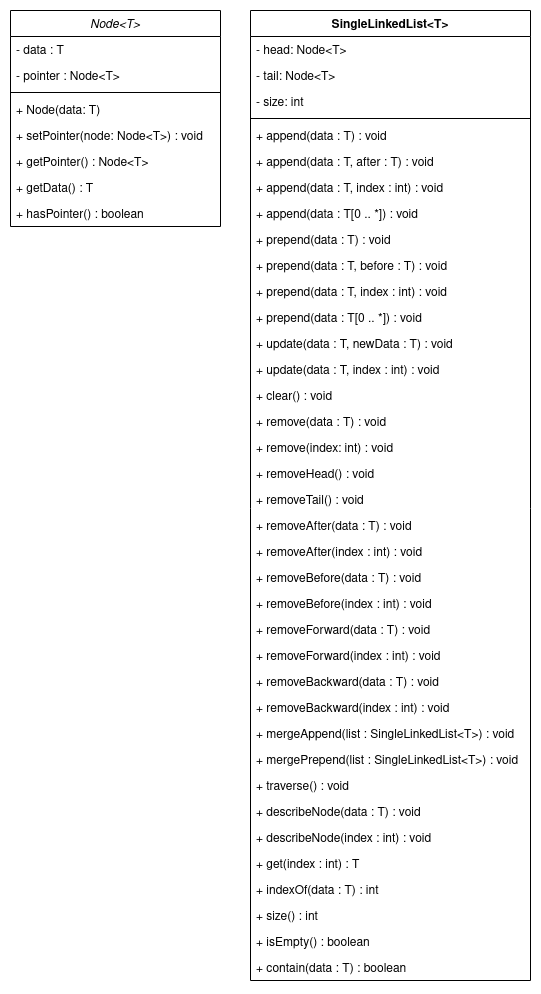
Above: assignment-01/assets/SingleLinkedList.png in stdcs/data-structurce-classroom-2020 (draw.io), before the change. Source tidied: cells renumbered, new cells last; positions are measured from the earlier drawing's top-left corner, leaving out a move shared by most shapes. The source it was exported from:
```xml
<mxGraphModel>
  <root>
    <mxCell id="0" />
    <mxCell id="1" parent="0" />
    <mxCell id="2" value="Node&lt;T&gt;" style="swimlane;fontStyle=2;align=center;verticalAlign=top;horizontal=1;startSize=26;rounded=0;shadow=0;strokeWidth=1;" parent="1" vertex="1">
      <mxGeometry width="210" height="216" as="geometry" />
    </mxCell>
    <mxCell id="3" value="- data : T" style="text;align=left;verticalAlign=top;spacingLeft=4;spacingRight=4;overflow=hidden;" parent="2" vertex="1">
      <mxGeometry y="26" width="210" height="26" as="geometry" />
    </mxCell>
    <mxCell id="4" value="- pointer : Node&lt;T&gt;" style="text;align=left;verticalAlign=top;spacingLeft=4;spacingRight=4;overflow=hidden;rounded=0;shadow=0;html=0;" parent="2" vertex="1">
      <mxGeometry y="52" width="210" height="26" as="geometry" />
    </mxCell>
    <mxCell id="5" style="line;html=1;strokeWidth=1;align=left;verticalAlign=middle;spacingTop=-1;spacingLeft=3;spacingRight=3;labelPosition=right;" parent="2" vertex="1">
      <mxGeometry y="78" width="210" height="8" as="geometry" />
    </mxCell>
    <mxCell id="6" value="+ Node(data: T)" style="text;align=left;verticalAlign=top;spacingLeft=4;spacingRight=4;overflow=hidden;" parent="2" vertex="1">
      <mxGeometry y="86" width="210" height="26" as="geometry" />
    </mxCell>
    <mxCell id="7" value="+ setPointer(node: Node&lt;T&gt;) : void" style="text;align=left;verticalAlign=top;spacingLeft=4;spacingRight=4;overflow=hidden;" parent="2" vertex="1">
      <mxGeometry y="112" width="210" height="26" as="geometry" />
    </mxCell>
    <mxCell id="8" value="+ getPointer() : Node&lt;T&gt;" style="text;align=left;verticalAlign=top;spacingLeft=4;spacingRight=4;overflow=hidden;" parent="2" vertex="1">
      <mxGeometry y="138" width="210" height="26" as="geometry" />
    </mxCell>
    <mxCell id="9" value="+ getData() : T" style="text;align=left;verticalAlign=top;spacingLeft=4;spacingRight=4;overflow=hidden;" parent="2" vertex="1">
      <mxGeometry y="164" width="210" height="26" as="geometry" />
    </mxCell>
    <mxCell id="10" value="+ hasPointer() : boolean" style="text;align=left;verticalAlign=top;spacingLeft=4;spacingRight=4;overflow=hidden;" parent="2" vertex="1">
      <mxGeometry y="190" width="210" height="26" as="geometry" />
    </mxCell>
    <mxCell id="11" value="SingleLinkedList&lt;T&gt;" style="swimlane;fontStyle=1;align=center;verticalAlign=top;horizontal=1;startSize=26;" parent="1" vertex="1">
      <mxGeometry x="240" width="280" height="970" as="geometry" />
    </mxCell>
    <mxCell id="12" value="- head: Node&lt;T&gt;" style="text;strokeColor=none;fillColor=none;align=left;verticalAlign=top;spacingLeft=4;spacingRight=4;overflow=hidden;" parent="11" vertex="1">
      <mxGeometry y="26" width="280" height="26" as="geometry" />
    </mxCell>
    <mxCell id="13" value="- tail: Node&lt;T&gt;" style="text;strokeColor=none;fillColor=none;align=left;verticalAlign=top;spacingLeft=4;spacingRight=4;overflow=hidden;" parent="11" vertex="1">
      <mxGeometry y="52" width="280" height="26" as="geometry" />
    </mxCell>
    <mxCell id="14" value="- size: int" style="text;strokeColor=none;fillColor=none;align=left;verticalAlign=top;spacingLeft=4;spacingRight=4;overflow=hidden;" parent="11" vertex="1">
      <mxGeometry y="78" width="280" height="26" as="geometry" />
    </mxCell>
    <mxCell id="15" style="line;strokeWidth=1;fillColor=none;align=left;verticalAlign=middle;spacingTop=-1;spacingLeft=3;spacingRight=3;labelPosition=right;" parent="11" vertex="1">
      <mxGeometry y="104" width="280" height="8" as="geometry" />
    </mxCell>
    <mxCell id="16" value="+ append(data : T) : void" style="text;strokeColor=none;fillColor=none;align=left;verticalAlign=top;spacingLeft=4;spacingRight=4;overflow=hidden;" parent="11" vertex="1">
      <mxGeometry y="112" width="280" height="26" as="geometry" />
    </mxCell>
    <mxCell id="17" value="+ append(data : T, after : T) : void" style="text;strokeColor=none;fillColor=none;align=left;verticalAlign=top;spacingLeft=4;spacingRight=4;overflow=hidden;" parent="11" vertex="1">
      <mxGeometry y="138" width="280" height="26" as="geometry" />
    </mxCell>
    <mxCell id="18" value="+ append(data : T, index : int) : void" style="text;strokeColor=none;fillColor=none;align=left;verticalAlign=top;spacingLeft=4;spacingRight=4;overflow=hidden;" parent="11" vertex="1">
      <mxGeometry y="164" width="280" height="26" as="geometry" />
    </mxCell>
    <mxCell id="19" value="+ append(data : T[0 .. *]) : void" style="text;strokeColor=none;fillColor=none;align=left;verticalAlign=top;spacingLeft=4;spacingRight=4;overflow=hidden;" parent="11" vertex="1">
      <mxGeometry y="190" width="280" height="26" as="geometry" />
    </mxCell>
    <mxCell id="20" value="+ prepend(data : T) : void" style="text;strokeColor=none;fillColor=none;align=left;verticalAlign=top;spacingLeft=4;spacingRight=4;overflow=hidden;" parent="11" vertex="1">
      <mxGeometry y="216" width="280" height="26" as="geometry" />
    </mxCell>
    <mxCell id="21" value="+ prepend(data : T, before : T) : void" style="text;strokeColor=none;fillColor=none;align=left;verticalAlign=top;spacingLeft=4;spacingRight=4;overflow=hidden;" parent="11" vertex="1">
      <mxGeometry y="242" width="280" height="26" as="geometry" />
    </mxCell>
    <mxCell id="22" value="+ prepend(data : T, index : int) : void" style="text;strokeColor=none;fillColor=none;align=left;verticalAlign=top;spacingLeft=4;spacingRight=4;overflow=hidden;" parent="11" vertex="1">
      <mxGeometry y="268" width="280" height="26" as="geometry" />
    </mxCell>
    <mxCell id="23" value="+ prepend(data : T[0 .. *]) : void" style="text;strokeColor=none;fillColor=none;align=left;verticalAlign=top;spacingLeft=4;spacingRight=4;overflow=hidden;" parent="11" vertex="1">
      <mxGeometry y="294" width="280" height="26" as="geometry" />
    </mxCell>
    <mxCell id="24" value="+ update(data : T, newData : T) : void" style="text;strokeColor=none;fillColor=none;align=left;verticalAlign=top;spacingLeft=4;spacingRight=4;overflow=hidden;" parent="11" vertex="1">
      <mxGeometry y="320" width="280" height="26" as="geometry" />
    </mxCell>
    <mxCell id="25" value="+ update(data : T, index : int) : void" style="text;strokeColor=none;fillColor=none;align=left;verticalAlign=top;spacingLeft=4;spacingRight=4;overflow=hidden;" parent="11" vertex="1">
      <mxGeometry y="346" width="280" height="26" as="geometry" />
    </mxCell>
    <mxCell id="26" value="+ clear() : void" style="text;strokeColor=none;fillColor=none;align=left;verticalAlign=top;spacingLeft=4;spacingRight=4;overflow=hidden;" parent="11" vertex="1">
      <mxGeometry y="372" width="280" height="26" as="geometry" />
    </mxCell>
    <mxCell id="27" value="+ remove(data : T) : void" style="text;strokeColor=none;fillColor=none;align=left;verticalAlign=top;spacingLeft=4;spacingRight=4;overflow=hidden;" parent="11" vertex="1">
      <mxGeometry y="398" width="280" height="26" as="geometry" />
    </mxCell>
    <mxCell id="28" value="+ remove(index: int) : void" style="text;strokeColor=none;fillColor=none;align=left;verticalAlign=top;spacingLeft=4;spacingRight=4;overflow=hidden;" parent="11" vertex="1">
      <mxGeometry y="424" width="280" height="26" as="geometry" />
    </mxCell>
    <mxCell id="29" value="+ removeHead() : void" style="text;strokeColor=none;fillColor=none;align=left;verticalAlign=top;spacingLeft=4;spacingRight=4;overflow=hidden;" parent="11" vertex="1">
      <mxGeometry y="450" width="280" height="26" as="geometry" />
    </mxCell>
    <mxCell id="30" value="+ removeTail() : void" style="text;strokeColor=none;fillColor=none;align=left;verticalAlign=top;spacingLeft=4;spacingRight=4;overflow=hidden;" parent="11" vertex="1">
      <mxGeometry y="476" width="280" height="26" as="geometry" />
    </mxCell>
    <mxCell id="31" value="+ removeAfter(data : T) : void" style="text;strokeColor=none;fillColor=none;align=left;verticalAlign=top;spacingLeft=4;spacingRight=4;overflow=hidden;" parent="11" vertex="1">
      <mxGeometry y="502" width="280" height="26" as="geometry" />
    </mxCell>
    <mxCell id="32" value="+ removeAfter(index : int) : void" style="text;strokeColor=none;fillColor=none;align=left;verticalAlign=top;spacingLeft=4;spacingRight=4;overflow=hidden;" parent="11" vertex="1">
      <mxGeometry y="528" width="280" height="26" as="geometry" />
    </mxCell>
    <mxCell id="33" value="+ removeBefore(data : T) : void" style="text;strokeColor=none;fillColor=none;align=left;verticalAlign=top;spacingLeft=4;spacingRight=4;overflow=hidden;" parent="11" vertex="1">
      <mxGeometry y="554" width="280" height="26" as="geometry" />
    </mxCell>
    <mxCell id="34" value="+ removeBefore(index : int) : void" style="text;strokeColor=none;fillColor=none;align=left;verticalAlign=top;spacingLeft=4;spacingRight=4;overflow=hidden;" parent="11" vertex="1">
      <mxGeometry y="580" width="280" height="26" as="geometry" />
    </mxCell>
    <mxCell id="35" value="+ removeForward(data : T) : void" style="text;strokeColor=none;fillColor=none;align=left;verticalAlign=top;spacingLeft=4;spacingRight=4;overflow=hidden;" parent="11" vertex="1">
      <mxGeometry y="606" width="280" height="26" as="geometry" />
    </mxCell>
    <mxCell id="36" value="+ removeForward(index : int) : void" style="text;strokeColor=none;fillColor=none;align=left;verticalAlign=top;spacingLeft=4;spacingRight=4;overflow=hidden;" parent="11" vertex="1">
      <mxGeometry y="632" width="280" height="26" as="geometry" />
    </mxCell>
    <mxCell id="37" value="+ removeBackward(data : T) : void" style="text;strokeColor=none;fillColor=none;align=left;verticalAlign=top;spacingLeft=4;spacingRight=4;overflow=hidden;" parent="11" vertex="1">
      <mxGeometry y="658" width="280" height="26" as="geometry" />
    </mxCell>
    <mxCell id="38" value="+ removeBackward(index : int) : void" style="text;strokeColor=none;fillColor=none;align=left;verticalAlign=top;spacingLeft=4;spacingRight=4;overflow=hidden;" parent="11" vertex="1">
      <mxGeometry y="684" width="280" height="26" as="geometry" />
    </mxCell>
    <mxCell id="39" value="+ mergeAppend(list : SingleLinkedList&lt;T&gt;) : void" style="text;strokeColor=none;fillColor=none;align=left;verticalAlign=top;spacingLeft=4;spacingRight=4;overflow=hidden;" parent="11" vertex="1">
      <mxGeometry y="710" width="280" height="26" as="geometry" />
    </mxCell>
    <mxCell id="40" value="+ mergePrepend(list : SingleLinkedList&lt;T&gt;) : void" style="text;strokeColor=none;fillColor=none;align=left;verticalAlign=top;spacingLeft=4;spacingRight=4;overflow=hidden;" parent="11" vertex="1">
      <mxGeometry y="736" width="280" height="26" as="geometry" />
    </mxCell>
    <mxCell id="41" value="+ traverse() : void" style="text;strokeColor=none;fillColor=none;align=left;verticalAlign=top;spacingLeft=4;spacingRight=4;overflow=hidden;" parent="11" vertex="1">
      <mxGeometry y="762" width="280" height="26" as="geometry" />
    </mxCell>
    <mxCell id="42" value="+ describeNode(data : T) : void" style="text;strokeColor=none;fillColor=none;align=left;verticalAlign=top;spacingLeft=4;spacingRight=4;overflow=hidden;" parent="11" vertex="1">
      <mxGeometry y="788" width="280" height="26" as="geometry" />
    </mxCell>
    <mxCell id="43" value="+ describeNode(index : int) : void" style="text;strokeColor=none;fillColor=none;align=left;verticalAlign=top;spacingLeft=4;spacingRight=4;overflow=hidden;" parent="11" vertex="1">
      <mxGeometry y="814" width="280" height="26" as="geometry" />
    </mxCell>
    <mxCell id="44" value="+ get(index : int) : T" style="text;strokeColor=none;fillColor=none;align=left;verticalAlign=top;spacingLeft=4;spacingRight=4;overflow=hidden;" parent="11" vertex="1">
      <mxGeometry y="840" width="280" height="26" as="geometry" />
    </mxCell>
    <mxCell id="45" value="+ indexOf(data : T) : int" style="text;strokeColor=none;fillColor=none;align=left;verticalAlign=top;spacingLeft=4;spacingRight=4;overflow=hidden;" parent="11" vertex="1">
      <mxGeometry y="866" width="280" height="26" as="geometry" />
    </mxCell>
    <mxCell id="46" value="+ size() : int" style="text;strokeColor=none;fillColor=none;align=left;verticalAlign=top;spacingLeft=4;spacingRight=4;overflow=hidden;" parent="11" vertex="1">
      <mxGeometry y="892" width="280" height="26" as="geometry" />
    </mxCell>
    <mxCell id="47" value="+ isEmpty() : boolean" style="text;strokeColor=none;fillColor=none;align=left;verticalAlign=top;spacingLeft=4;spacingRight=4;overflow=hidden;" parent="11" vertex="1">
      <mxGeometry y="918" width="280" height="26" as="geometry" />
    </mxCell>
    <mxCell id="48" value="+ contain(data : T) : boolean" style="text;strokeColor=none;fillColor=none;align=left;verticalAlign=top;spacingLeft=4;spacingRight=4;overflow=hidden;" parent="11" vertex="1">
      <mxGeometry y="944" width="280" height="26" as="geometry" />
    </mxCell>
  </root>
</mxGraphModel>
```
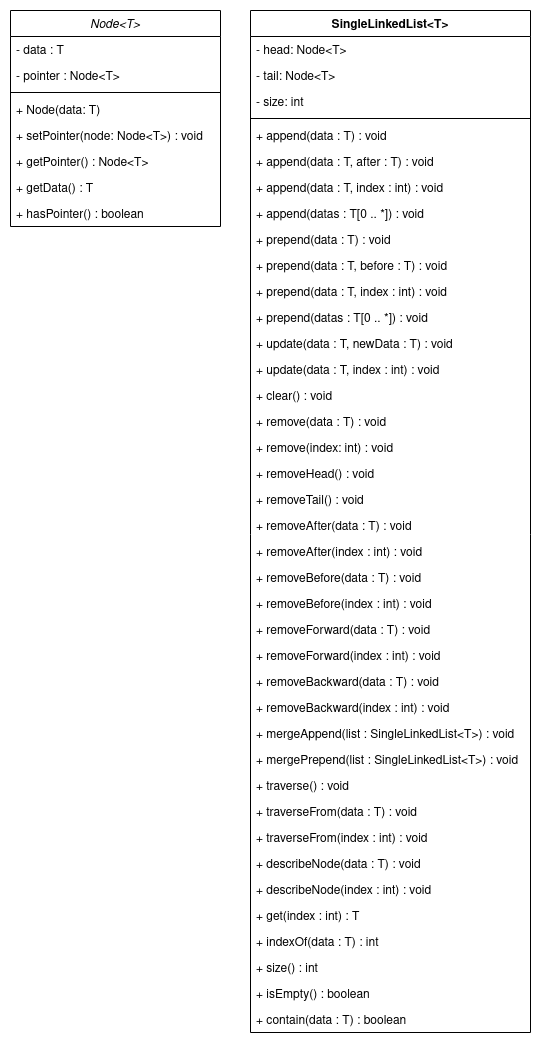
Above is the later version.

The edit, as a diff of the source:
```diff
@@ -30,7 +30,7 @@
       <mxGeometry y="190" width="210" height="26" as="geometry" />
     </mxCell>
     <mxCell id="11" value="SingleLinkedList&lt;T&gt;" style="swimlane;fontStyle=1;align=center;verticalAlign=top;horizontal=1;startSize=26;" parent="1" vertex="1">
-      <mxGeometry x="240" width="280" height="970" as="geometry" />
+      <mxGeometry x="240" width="280" height="1022" as="geometry" />
     </mxCell>
     <mxCell id="12" value="- head: Node&lt;T&gt;" style="text;strokeColor=none;fillColor=none;align=left;verticalAlign=top;spacingLeft=4;spacingRight=4;overflow=hidden;" parent="11" vertex="1">
       <mxGeometry y="26" width="280" height="26" as="geometry" />
@@ -53,7 +53,7 @@
     <mxCell id="18" value="+ append(data : T, index : int) : void" style="text;strokeColor=none;fillColor=none;align=left;verticalAlign=top;spacingLeft=4;spacingRight=4;overflow=hidden;" parent="11" vertex="1">
       <mxGeometry y="164" width="280" height="26" as="geometry" />
     </mxCell>
-    <mxCell id="19" value="+ append(data : T[0 .. *]) : void" style="text;strokeColor=none;fillColor=none;align=left;verticalAlign=top;spacingLeft=4;spacingRight=4;overflow=hidden;" parent="11" vertex="1">
+    <mxCell id="19" value="+ append(datas : T[0 .. *]) : void" style="text;strokeColor=none;fillColor=none;align=left;verticalAlign=top;spacingLeft=4;spacingRight=4;overflow=hidden;" parent="11" vertex="1">
       <mxGeometry y="190" width="280" height="26" as="geometry" />
     </mxCell>
     <mxCell id="20" value="+ prepend(data : T) : void" style="text;strokeColor=none;fillColor=none;align=left;verticalAlign=top;spacingLeft=4;spacingRight=4;overflow=hidden;" parent="11" vertex="1">
@@ -65,7 +65,7 @@
     <mxCell id="22" value="+ prepend(data : T, index : int) : void" style="text;strokeColor=none;fillColor=none;align=left;verticalAlign=top;spacingLeft=4;spacingRight=4;overflow=hidden;" parent="11" vertex="1">
       <mxGeometry y="268" width="280" height="26" as="geometry" />
     </mxCell>
-    <mxCell id="23" value="+ prepend(data : T[0 .. *]) : void" style="text;strokeColor=none;fillColor=none;align=left;verticalAlign=top;spacingLeft=4;spacingRight=4;overflow=hidden;" parent="11" vertex="1">
+    <mxCell id="23" value="+ prepend(datas : T[0 .. *]) : void" style="text;strokeColor=none;fillColor=none;align=left;verticalAlign=top;spacingLeft=4;spacingRight=4;overflow=hidden;" parent="11" vertex="1">
       <mxGeometry y="294" width="280" height="26" as="geometry" />
     </mxCell>
     <mxCell id="24" value="+ update(data : T, newData : T) : void" style="text;strokeColor=none;fillColor=none;align=left;verticalAlign=top;spacingLeft=4;spacingRight=4;overflow=hidden;" parent="11" vertex="1">
@@ -122,26 +122,32 @@
     <mxCell id="41" value="+ traverse() : void" style="text;strokeColor=none;fillColor=none;align=left;verticalAlign=top;spacingLeft=4;spacingRight=4;overflow=hidden;" parent="11" vertex="1">
       <mxGeometry y="762" width="280" height="26" as="geometry" />
     </mxCell>
+    <mxCell id="49" value="+ traverseFrom(data : T) : void" style="text;strokeColor=none;fillColor=none;align=left;verticalAlign=top;spacingLeft=4;spacingRight=4;overflow=hidden;" parent="11" vertex="1">
+      <mxGeometry y="788" width="280" height="26" as="geometry" />
+    </mxCell>
+    <mxCell id="50" value="+ traverseFrom(index : int) : void" style="text;strokeColor=none;fillColor=none;align=left;verticalAlign=top;spacingLeft=4;spacingRight=4;overflow=hidden;" parent="11" vertex="1">
+      <mxGeometry y="814" width="280" height="26" as="geometry" />
+    </mxCell>
     <mxCell id="42" value="+ describeNode(data : T) : void" style="text;strokeColor=none;fillColor=none;align=left;verticalAlign=top;spacingLeft=4;spacingRight=4;overflow=hidden;" parent="11" vertex="1">
-      <mxGeometry y="788" width="280" height="26" as="geometry" />
+      <mxGeometry y="840" width="280" height="26" as="geometry" />
     </mxCell>
     <mxCell id="43" value="+ describeNode(index : int) : void" style="text;strokeColor=none;fillColor=none;align=left;verticalAlign=top;spacingLeft=4;spacingRight=4;overflow=hidden;" parent="11" vertex="1">
-      <mxGeometry y="814" width="280" height="26" as="geometry" />
+      <mxGeometry y="866" width="280" height="26" as="geometry" />
     </mxCell>
     <mxCell id="44" value="+ get(index : int) : T" style="text;strokeColor=none;fillColor=none;align=left;verticalAlign=top;spacingLeft=4;spacingRight=4;overflow=hidden;" parent="11" vertex="1">
-      <mxGeometry y="840" width="280" height="26" as="geometry" />
+      <mxGeometry y="892" width="280" height="26" as="geometry" />
     </mxCell>
     <mxCell id="45" value="+ indexOf(data : T) : int" style="text;strokeColor=none;fillColor=none;align=left;verticalAlign=top;spacingLeft=4;spacingRight=4;overflow=hidden;" parent="11" vertex="1">
-      <mxGeometry y="866" width="280" height="26" as="geometry" />
+      <mxGeometry y="918" width="280" height="26" as="geometry" />
     </mxCell>
     <mxCell id="46" value="+ size() : int" style="text;strokeColor=none;fillColor=none;align=left;verticalAlign=top;spacingLeft=4;spacingRight=4;overflow=hidden;" parent="11" vertex="1">
-      <mxGeometry y="892" width="280" height="26" as="geometry" />
+      <mxGeometry y="944" width="280" height="26" as="geometry" />
     </mxCell>
     <mxCell id="47" value="+ isEmpty() : boolean" style="text;strokeColor=none;fillColor=none;align=left;verticalAlign=top;spacingLeft=4;spacingRight=4;overflow=hidden;" parent="11" vertex="1">
-      <mxGeometry y="918" width="280" height="26" as="geometry" />
+      <mxGeometry y="970" width="280" height="26" as="geometry" />
     </mxCell>
     <mxCell id="48" value="+ contain(data : T) : boolean" style="text;strokeColor=none;fillColor=none;align=left;verticalAlign=top;spacingLeft=4;spacingRight=4;overflow=hidden;" parent="11" vertex="1">
-      <mxGeometry y="944" width="280" height="26" as="geometry" />
+      <mxGeometry y="996" width="280" height="26" as="geometry" />
     </mxCell>
   </root>
 </mxGraphModel>
```
